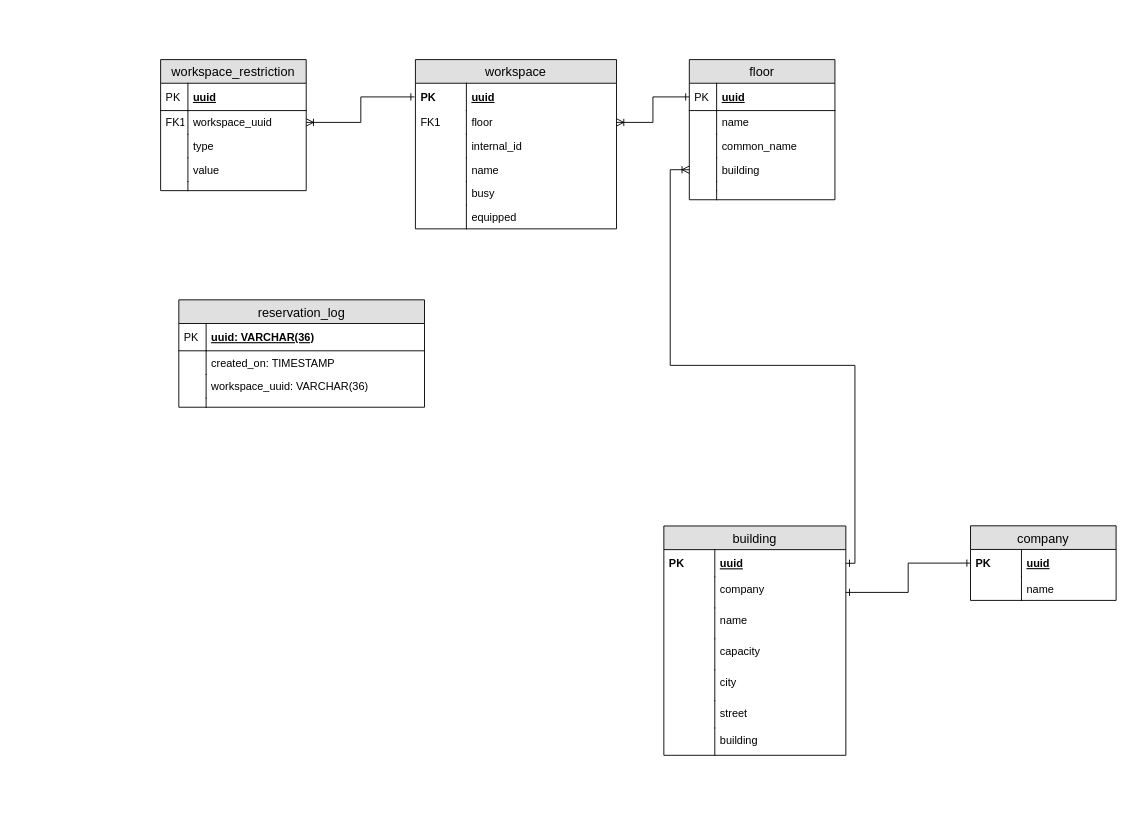
MaslovD/project-zebra-diagrams keeps this draw.io diagram as workplace-reservation-service-erd.drawio. Above is the earlier version. Source tidied: cells renumbered, new cells numbered last; positions are measured from the earlier drawing's top-left corner, leaving out a move shared by most shapes. Both pictures are drawn from the tidied source at 91%, with x=0, y=0 at pixel (160, 59).
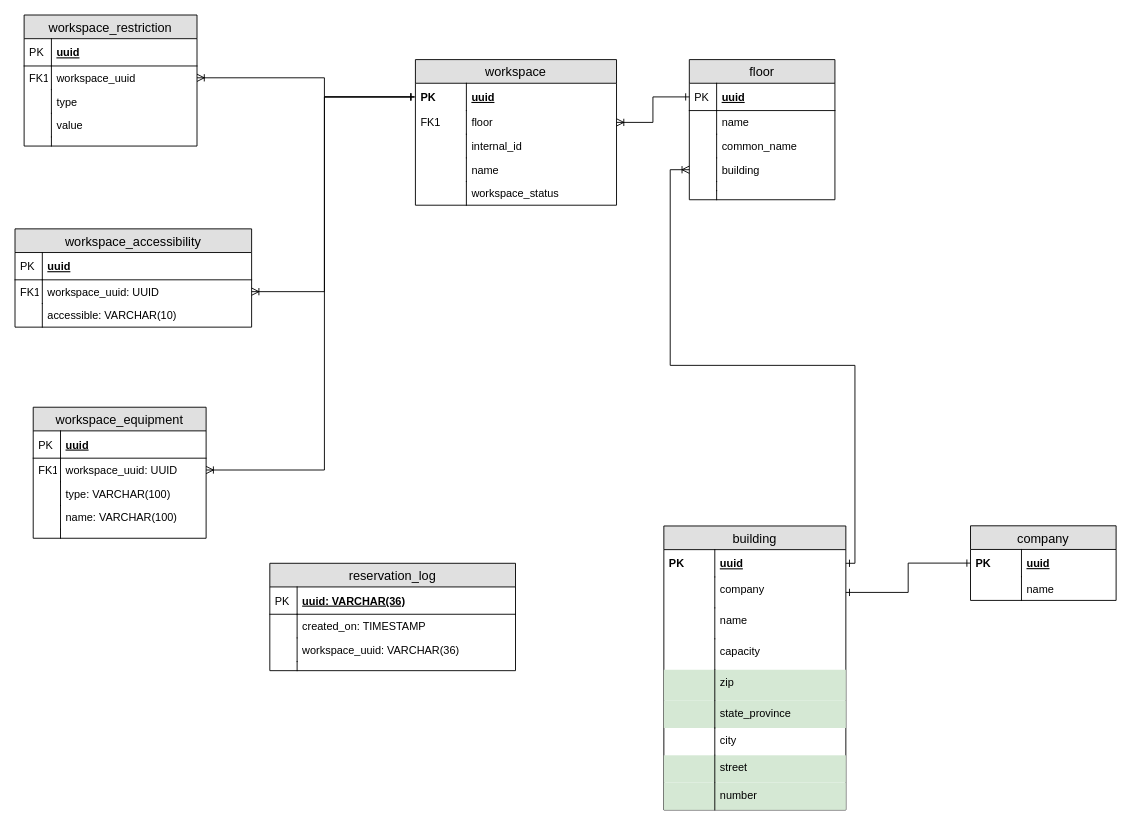
Above is the later version.

The change refers to these unchanged cells:
```xml
<mxCell id="8" value="uuid" style="shape=partialRectangle;top=0;left=0;right=0;bottom=0;align=left;verticalAlign=middle;fillColor=none;spacingLeft=60;spacingRight=4;overflow=hidden;points=[[0,0.5],[1,0.5]];portConstraint=eastwest;fontStyle=5;fontSize=12;perimeterSpacing=1;" parent="7" vertex="1">
  <mxGeometry y="26" width="221" height="30" as="geometry" />
</mxCell>
```

The edit, as a diff of the source:
```diff
@@
     <mxCell id="7" value="workspace" style="swimlane;fontStyle=0;horizontal=1;startSize=26;fillColor=#e0e0e0;swimlaneFillColor=#ffffff;align=center;fontSize=14;" parent="1" vertex="1">
-      <mxGeometry x="280" width="221" height="186" as="geometry" />
+      <mxGeometry x="280" width="221" height="160" as="geometry" />
     </mxCell>
@@
-    <mxCell id="16" value="busy" style="shape=partialRectangle;top=0;left=0;right=0;bottom=0;align=left;verticalAlign=top;fillColor=none;spacingLeft=60;spacingRight=4;overflow=hidden;fontSize=12;" parent="7" vertex="1">
+    <mxCell id="16" value="workspace_status" style="shape=partialRectangle;top=0;left=0;right=0;bottom=0;align=left;verticalAlign=top;fillColor=none;spacingLeft=60;spacingRight=4;overflow=hidden;fontSize=12;" parent="7" vertex="1">
       <mxGeometry y="134" width="221" height="26" as="geometry" />
     </mxCell>
@@
-    <mxCell id="18" value="equipped" style="shape=partialRectangle;top=0;left=0;right=0;bottom=0;align=left;verticalAlign=top;fillColor=none;spacingLeft=60;spacingRight=4;overflow=hidden;fontSize=12;" parent="7" vertex="1">
-      <mxGeometry y="160" width="221" height="26" as="geometry" />
-    </mxCell>
-    <mxCell id="19" style="shape=partialRectangle;top=0;left=0;bottom=0;fillColor=none;align=left;verticalAlign=top;spacingLeft=4;spacingRight=4;overflow=hidden;fontSize=12;" parent="18" vertex="1">
-      <mxGeometry width="56" height="26" as="geometry" />
-    </mxCell>
     <mxCell id="20" value="building" style="swimlane;fontStyle=0;horizontal=1;startSize=26;fillColor=#e0e0e0;swimlaneFillColor=#ffffff;align=center;fontSize=14;" parent="1" vertex="1">
-      <mxGeometry x="553" y="512.5" width="200" height="252" as="geometry" />
+      <mxGeometry x="553" y="512.5" width="200" height="312" as="geometry" />
     </mxCell>
@@
-    <mxCell id="29" value="city&#10;" style="shape=partialRectangle;top=0;left=0;right=0;bottom=0;align=left;verticalAlign=top;fillColor=none;spacingLeft=60;spacingRight=4;overflow=hidden;fontSize=12;" parent="20" vertex="1">
+    <mxCell id="29" value="zip" style="shape=partialRectangle;top=0;left=0;right=0;bottom=0;align=left;verticalAlign=top;fillColor=#d5e8d4;spacingLeft=60;spacingRight=4;overflow=hidden;fontSize=12;strokeColor=#82b366;" parent="20" vertex="1">
       <mxGeometry y="158" width="200" height="34" as="geometry" />
     </mxCell>
@@
-    <mxCell id="31" value="street" style="shape=partialRectangle;top=0;left=0;right=0;bottom=0;align=left;verticalAlign=top;fillColor=none;spacingLeft=60;spacingRight=4;overflow=hidden;fontSize=12;" parent="20" vertex="1">
+    <mxCell id="31" value="state_province" style="shape=partialRectangle;top=0;left=0;right=0;bottom=0;align=left;verticalAlign=top;fillColor=#d5e8d4;spacingLeft=60;spacingRight=4;overflow=hidden;fontSize=12;strokeColor=#82b366;" parent="20" vertex="1">
       <mxGeometry y="192" width="200" height="30" as="geometry" />
     </mxCell>
@@
-    <mxCell id="33" value="building" style="shape=partialRectangle;top=0;left=0;right=0;bottom=0;align=left;verticalAlign=top;fillColor=none;spacingLeft=60;spacingRight=4;overflow=hidden;fontSize=12;" parent="20" vertex="1">
+    <mxCell id="33" value="city" style="shape=partialRectangle;top=0;left=0;right=0;bottom=0;align=left;verticalAlign=top;fillColor=none;spacingLeft=60;spacingRight=4;overflow=hidden;fontSize=12;" parent="20" vertex="1">
       <mxGeometry y="222" width="200" height="30" as="geometry" />
     </mxCell>
@@
+    <mxCell id="72" value="street" style="shape=partialRectangle;top=0;left=0;right=0;bottom=0;align=left;verticalAlign=top;fillColor=#d5e8d4;spacingLeft=60;spacingRight=4;overflow=hidden;fontSize=12;strokeColor=#82b366;" parent="20" vertex="1">
+      <mxGeometry y="252" width="200" height="30" as="geometry" />
+    </mxCell>
+    <mxCell id="73" style="shape=partialRectangle;top=0;left=0;bottom=0;fillColor=none;align=left;verticalAlign=top;spacingLeft=4;spacingRight=4;overflow=hidden;fontSize=12;" parent="72" vertex="1">
+      <mxGeometry width="56" height="30" as="geometry" />
+    </mxCell>
+    <mxCell id="74" value="number" style="shape=partialRectangle;top=0;left=0;right=0;bottom=0;align=left;verticalAlign=top;fillColor=#d5e8d4;spacingLeft=60;spacingRight=4;overflow=hidden;fontSize=12;strokeColor=#82b366;" parent="20" vertex="1">
+      <mxGeometry y="282" width="200" height="30" as="geometry" />
+    </mxCell>
+    <mxCell id="75" style="shape=partialRectangle;top=0;left=0;bottom=0;fillColor=none;align=left;verticalAlign=top;spacingLeft=4;spacingRight=4;overflow=hidden;fontSize=12;" parent="74" vertex="1">
+      <mxGeometry width="56" height="30" as="geometry" />
+    </mxCell>
@@
     <mxCell id="36" value="reservation_log" style="swimlane;fontStyle=0;horizontal=1;startSize=26;fillColor=#e0e0e0;swimlaneFillColor=#ffffff;align=center;fontSize=14;" parent="1" vertex="1">
-      <mxGeometry x="20" y="264" width="270" height="118" as="geometry" />
+      <mxGeometry x="120" y="553.5" width="270" height="118" as="geometry" />
     </mxCell>
@@
     <mxCell id="45" value="workspace_restriction" style="swimlane;fontStyle=0;horizontal=1;startSize=26;fillColor=#e0e0e0;swimlaneFillColor=#ffffff;align=center;fontSize=14;" parent="1" vertex="1">
-      <mxGeometry width="160" height="144" as="geometry" />
+      <mxGeometry x="-150" y="-49" width="190" height="144" as="geometry" />
     </mxCell>
     <mxCell id="46" value="uuid" style="shape=partialRectangle;top=0;left=0;right=0;bottom=1;align=left;verticalAlign=middle;fillColor=none;spacingLeft=34;spacingRight=4;overflow=hidden;fontStyle=5;fontSize=12;" parent="45" vertex="1">
-      <mxGeometry y="26" width="160" height="30" as="geometry" />
+      <mxGeometry y="26" width="190" height="30" as="geometry" />
     </mxCell>
@@
     <mxCell id="48" value="workspace_uuid" style="shape=partialRectangle;top=0;left=0;right=0;bottom=0;align=left;verticalAlign=top;fillColor=none;spacingLeft=34;spacingRight=4;overflow=hidden;points=[[0,0.5],[1,0.5]];portConstraint=eastwest;fontSize=12;" parent="45" vertex="1">
-      <mxGeometry y="56" width="160" height="26" as="geometry" />
+      <mxGeometry y="56" width="190" height="26" as="geometry" />
     </mxCell>
@@
     <mxCell id="50" value="type" style="shape=partialRectangle;top=0;left=0;right=0;bottom=0;align=left;verticalAlign=top;fillColor=none;spacingLeft=34;spacingRight=4;overflow=hidden;fontSize=12;" parent="45" vertex="1">
-      <mxGeometry y="82" width="160" height="26" as="geometry" />
+      <mxGeometry y="82" width="190" height="26" as="geometry" />
     </mxCell>
@@
     <mxCell id="52" value="value" style="shape=partialRectangle;top=0;left=0;right=0;bottom=0;align=left;verticalAlign=top;fillColor=none;spacingLeft=34;spacingRight=4;overflow=hidden;fontSize=12;" parent="45" vertex="1">
-      <mxGeometry y="108" width="160" height="26" as="geometry" />
+      <mxGeometry y="108" width="190" height="26" as="geometry" />
     </mxCell>
@@
     <mxCell id="54" style="shape=partialRectangle;top=0;left=0;right=0;bottom=0;align=left;verticalAlign=top;fillColor=none;spacingLeft=34;spacingRight=4;overflow=hidden;fontSize=12;" parent="45" vertex="1">
-      <mxGeometry y="134" width="160" height="10" as="geometry" />
+      <mxGeometry y="134" width="190" height="10" as="geometry" />
     </mxCell>
@@
-    <mxCell id="56" style="fontSize=12;html=1;endArrow=ERoneToMany;strokeColor=#000000;entryX=1;entryY=0.5;entryDx=0;entryDy=0;rounded=0;edgeStyle=orthogonalEdgeStyle;startArrow=ERone;startFill=0;" parent="1" edge="1" source="8" target="48">
-      <mxGeometry relative="1" as="geometry" />
+    <mxCell id="56" style="fontSize=12;html=1;endArrow=ERoneToMany;strokeColor=#000000;entryX=1;entryY=0.5;entryDx=0;entryDy=0;rounded=0;edgeStyle=orthogonalEdgeStyle;startArrow=ERone;startFill=0;exitX=0;exitY=0.5;exitDx=0;exitDy=0;" parent="1" edge="1" source="8" target="48">
+      <mxGeometry relative="1" as="geometry">
+        <Array as="points">
+          <mxPoint x="180" y="41" />
+          <mxPoint x="180" y="20" />
+        </Array>
+      </mxGeometry>
     </mxCell>
@@
+    <mxCell id="76" value="workspace_equipment" style="swimlane;fontStyle=0;horizontal=1;startSize=26;fillColor=#e0e0e0;swimlaneFillColor=#ffffff;align=center;fontSize=14;" parent="1" vertex="1">
+      <mxGeometry x="-140" y="382" width="190" height="144" as="geometry" />
+    </mxCell>
+    <mxCell id="77" value="uuid" style="shape=partialRectangle;top=0;left=0;right=0;bottom=1;align=left;verticalAlign=middle;fillColor=none;spacingLeft=34;spacingRight=4;overflow=hidden;fontStyle=5;fontSize=12;" parent="76" vertex="1">
+      <mxGeometry y="26" width="190" height="30" as="geometry" />
+    </mxCell>
+    <mxCell id="78" value="PK" style="shape=partialRectangle;top=0;left=0;bottom=0;fillColor=none;align=left;verticalAlign=middle;spacingLeft=4;spacingRight=4;overflow=hidden;fontSize=12;" parent="77" vertex="1">
+      <mxGeometry width="30" height="30" as="geometry" />
+    </mxCell>
+    <mxCell id="79" value="workspace_uuid: UUID" style="shape=partialRectangle;top=0;left=0;right=0;bottom=0;align=left;verticalAlign=top;fillColor=none;spacingLeft=34;spacingRight=4;overflow=hidden;points=[[0,0.5],[1,0.5]];portConstraint=eastwest;fontSize=12;" parent="76" vertex="1">
+      <mxGeometry y="56" width="190" height="26" as="geometry" />
+    </mxCell>
+    <mxCell id="80" value="FK1" style="shape=partialRectangle;top=0;left=0;bottom=0;fillColor=none;align=left;verticalAlign=top;spacingLeft=4;spacingRight=4;overflow=hidden;fontSize=12;" parent="79" vertex="1">
+      <mxGeometry width="30" height="26" as="geometry" />
+    </mxCell>
+    <mxCell id="81" value="type: VARCHAR(100)" style="shape=partialRectangle;top=0;left=0;right=0;bottom=0;align=left;verticalAlign=top;fillColor=none;spacingLeft=34;spacingRight=4;overflow=hidden;fontSize=12;" parent="76" vertex="1">
+      <mxGeometry y="82" width="190" height="26" as="geometry" />
+    </mxCell>
+    <mxCell id="82" style="shape=partialRectangle;top=0;left=0;bottom=0;fillColor=none;align=left;verticalAlign=top;spacingLeft=4;spacingRight=4;overflow=hidden;fontSize=12;" parent="81" vertex="1">
+      <mxGeometry width="30" height="26" as="geometry" />
+    </mxCell>
+    <mxCell id="83" value="name: VARCHAR(100)" style="shape=partialRectangle;top=0;left=0;right=0;bottom=0;align=left;verticalAlign=top;fillColor=none;spacingLeft=34;spacingRight=4;overflow=hidden;fontSize=12;" parent="76" vertex="1">
+      <mxGeometry y="108" width="190" height="26" as="geometry" />
+    </mxCell>
+    <mxCell id="84" style="shape=partialRectangle;top=0;left=0;bottom=0;fillColor=none;align=left;verticalAlign=top;spacingLeft=4;spacingRight=4;overflow=hidden;fontSize=12;" parent="83" vertex="1">
+      <mxGeometry width="30" height="26" as="geometry" />
+    </mxCell>
+    <mxCell id="85" style="shape=partialRectangle;top=0;left=0;right=0;bottom=0;align=left;verticalAlign=top;fillColor=none;spacingLeft=34;spacingRight=4;overflow=hidden;fontSize=12;" parent="76" vertex="1">
+      <mxGeometry y="134" width="190" height="10" as="geometry" />
+    </mxCell>
+    <mxCell id="86" style="shape=partialRectangle;top=0;left=0;bottom=0;fillColor=none;align=left;verticalAlign=top;spacingLeft=4;spacingRight=4;overflow=hidden;fontSize=12;" parent="85" vertex="1">
+      <mxGeometry width="30" height="10" as="geometry" />
+    </mxCell>
+    <mxCell id="87" style="edgeStyle=orthogonalEdgeStyle;rounded=0;jettySize=auto;html=1;entryX=0;entryY=0.5;entryDx=0;entryDy=0;startArrow=ERoneToMany;startFill=0;endArrow=ERone;endFill=0;" parent="1" edge="1" source="79" target="8">
+      <mxGeometry relative="1" as="geometry">
+        <Array as="points">
+          <mxPoint x="180" y="451" />
+          <mxPoint x="180" y="41" />
+        </Array>
+      </mxGeometry>
+    </mxCell>
+    <mxCell id="88" value="workspace_accessibility" style="swimlane;fontStyle=0;horizontal=1;startSize=26;fillColor=#e0e0e0;swimlaneFillColor=#ffffff;align=center;fontSize=14;" parent="1" vertex="1">
+      <mxGeometry x="-160" y="186" width="260" height="108" as="geometry" />
+    </mxCell>
+    <mxCell id="89" value="uuid" style="shape=partialRectangle;top=0;left=0;right=0;bottom=1;align=left;verticalAlign=middle;fillColor=none;spacingLeft=34;spacingRight=4;overflow=hidden;fontStyle=5;fontSize=12;" parent="88" vertex="1">
+      <mxGeometry y="26" width="260" height="30" as="geometry" />
+    </mxCell>
+    <mxCell id="90" value="PK" style="shape=partialRectangle;top=0;left=0;bottom=0;fillColor=none;align=left;verticalAlign=middle;spacingLeft=4;spacingRight=4;overflow=hidden;fontSize=12;" parent="89" vertex="1">
+      <mxGeometry width="30" height="30" as="geometry" />
+    </mxCell>
+    <mxCell id="91" value="workspace_uuid: UUID" style="shape=partialRectangle;top=0;left=0;right=0;bottom=0;align=left;verticalAlign=top;fillColor=none;spacingLeft=34;spacingRight=4;overflow=hidden;points=[[0,0.5],[1,0.5]];portConstraint=eastwest;fontSize=12;" parent="88" vertex="1">
+      <mxGeometry y="56" width="260" height="26" as="geometry" />
+    </mxCell>
+    <mxCell id="92" value="FK1" style="shape=partialRectangle;top=0;left=0;bottom=0;fillColor=none;align=left;verticalAlign=top;spacingLeft=4;spacingRight=4;overflow=hidden;fontSize=12;" parent="91" vertex="1">
+      <mxGeometry width="30" height="26" as="geometry" />
+    </mxCell>
+    <mxCell id="93" value="accessible: VARCHAR(10)" style="shape=partialRectangle;top=0;left=0;right=0;bottom=0;align=left;verticalAlign=top;fillColor=none;spacingLeft=34;spacingRight=4;overflow=hidden;fontSize=12;" parent="88" vertex="1">
+      <mxGeometry y="82" width="260" height="26" as="geometry" />
+    </mxCell>
+    <mxCell id="94" style="shape=partialRectangle;top=0;left=0;bottom=0;fillColor=none;align=left;verticalAlign=top;spacingLeft=4;spacingRight=4;overflow=hidden;fontSize=12;" parent="93" vertex="1">
+      <mxGeometry width="30" height="26" as="geometry" />
+    </mxCell>
+    <mxCell id="95" style="edgeStyle=orthogonalEdgeStyle;rounded=0;jettySize=auto;html=1;entryX=0;entryY=0.5;entryDx=0;entryDy=0;startArrow=ERoneToMany;startFill=0;endArrow=ERone;endFill=0;exitX=1;exitY=0.5;exitDx=0;exitDy=0;" parent="1" edge="1" source="91" target="8">
+      <mxGeometry relative="1" as="geometry">
+        <Array as="points">
+          <mxPoint x="180" y="255" />
+          <mxPoint x="180" y="41" />
+        </Array>
+      </mxGeometry>
+    </mxCell>
```
